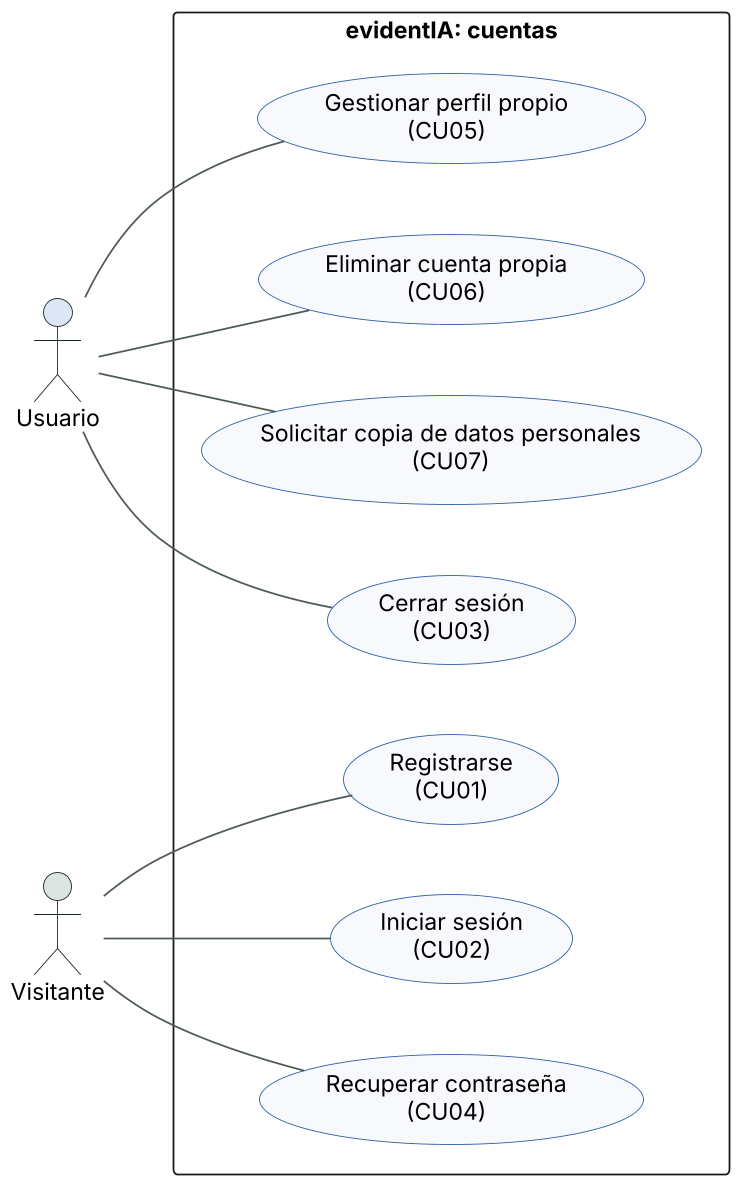
Earlier version of the PlantUML export docs/arquitectura/diagramas/09a-casos-de-uso.png (valentinasalmon/PFG-sistema-deteccion-IA).
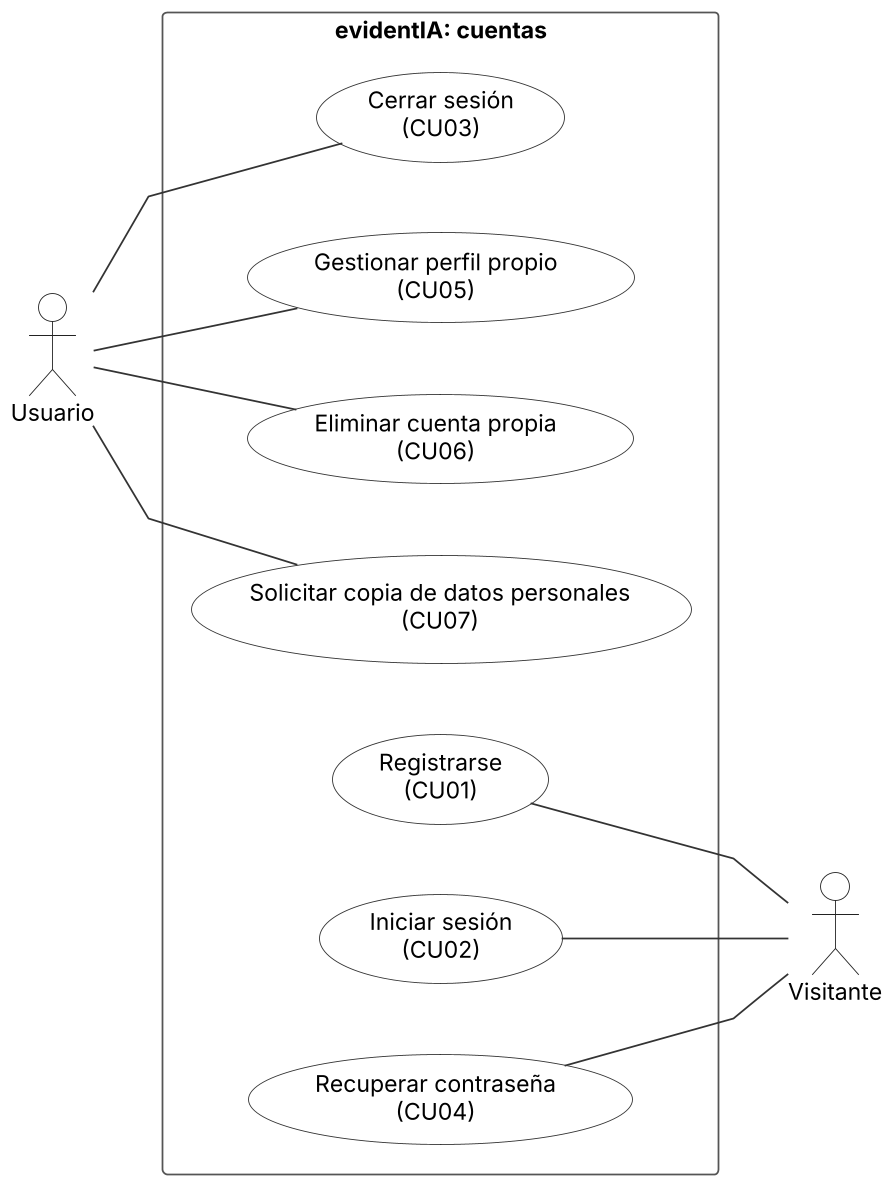
After the change.

The edit, as a diff of the source:
```diff
@@ -6,28 +6,38 @@
 skinparam ArrowColor #4E5B54
 skinparam nodesep 40
 skinparam ranksep 55
+skinparam linetype polyline
+skinparam ArrowColor #333333
+skinparam actor {
+  BorderColor #222222
+  BackgroundColor #FFFFFF
+}
+skinparam usecase {
+  BorderColor #333333
+  BackgroundColor #FFFFFF
+}
+skinparam rectangle {
+  BorderColor #555555
+  FontStyle bold
+}
 left to right direction
-skinparam usecaseBackgroundColor #F7F9FC
-skinparam usecaseBorderColor #2F5DA8
-skinparam actorBorderColor #17291F
-skinparam packageStyle rectangle
 
-actor "Usuario" as usuario #DCE6F5
-actor "Visitante" as visitante #DDE3E0
+actor "Usuario" as usuario
+actor "Visitante" as visitante
 rectangle "evidentIA: cuentas" {
-  usecase "Registrarse\n(CU01)" as CU01
-  usecase "Iniciar sesión\n(CU02)" as CU02
   usecase "Cerrar sesión\n(CU03)" as CU03
-  usecase "Recuperar contraseña\n(CU04)" as CU04
   usecase "Gestionar perfil propio\n(CU05)" as CU05
   usecase "Eliminar cuenta propia\n(CU06)" as CU06
   usecase "Solicitar copia de datos personales\n(CU07)" as CU07
+  usecase "Registrarse\n(CU01)" as CU01
+  usecase "Iniciar sesión\n(CU02)" as CU02
+  usecase "Recuperar contraseña\n(CU04)" as CU04
 }
-visitante -- CU01
-visitante -- CU02
 usuario -- CU03
-visitante -- CU04
 usuario -- CU05
 usuario -- CU06
 usuario -- CU07
+CU01 -- visitante
+CU02 -- visitante
+CU04 -- visitante
 @enduml
```
